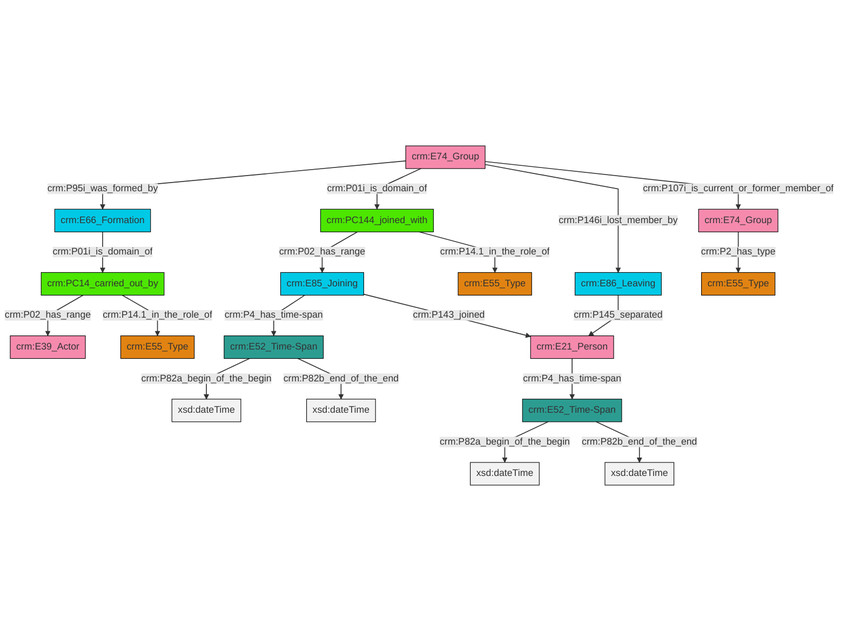
The Mermaid diagram et/groupCSV/ttl/mmd/png/group_actor_relations.png in ncarboni/srdm, before a commit. Its source is kept beside it as et/groupCSV/ttl/mmd/group_actor_relations.ttl.mmd.
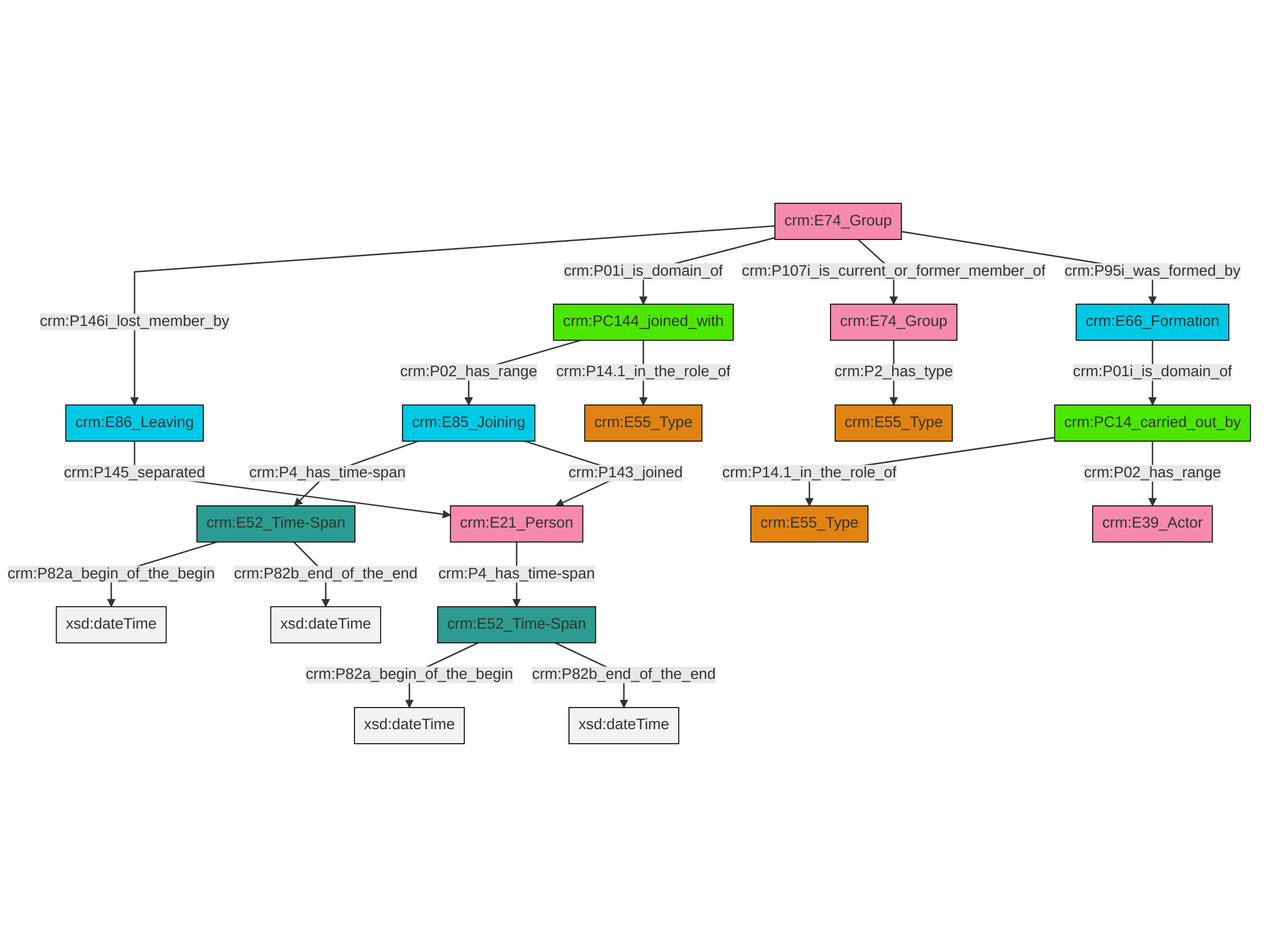
After the change.

The edit, as a diff of the source:
```diff
@@ -13,21 +13,21 @@
 classDef PC_Classes fill:#4ce600, stroke:#000000;
 classDef Multi fill:#cccccc,stroke:#000000;
 
-0["crm:E74_Group"]:::Actor -->|crm:P95i_was_formed_by| 1["crm:E66_Formation"]:::Temporal_Entity
-2["crm:E74_Group"]:::Actor -->|crm:P2_has_type| 3["crm:E55_Type"]:::Type
-6["crm:E86_Leaving"]:::Temporal_Entity -->|crm:P145_separated| 7["crm:E21_Person"]:::Actor
-1["crm:E66_Formation"]:::Temporal_Entity -->|crm:P01i_is_domain_of| 8["crm:PC14_carried_out_by"]:::PC_Classes
-0["crm:E74_Group"]:::Actor -->|crm:P01i_is_domain_of| 12["crm:PC144_joined_with"]:::PC_Classes
-0["crm:E74_Group"]:::Actor -->|crm:P146i_lost_member_by| 6["crm:E86_Leaving"]:::Temporal_Entity
-0["crm:E74_Group"]:::Actor -->|crm:P107i_is_current_or_former_member_of| 2["crm:E74_Group"]:::Actor
-15["crm:E52_Time-Span"]:::Time-Span -->|crm:P82a_begin_of_the_begin| 16[xsd:dateTime]:::Literal
-15["crm:E52_Time-Span"]:::Time-Span -->|crm:P82b_end_of_the_end| 18[xsd:dateTime]:::Literal
-12["crm:PC144_joined_with"]:::PC_Classes -->|crm:P02_has_range| 22["crm:E85_Joining"]:::Temporal_Entity
-22["crm:E85_Joining"]:::Temporal_Entity -->|crm:P4_has_time-span| 15["crm:E52_Time-Span"]:::Time-Span
-24["crm:E52_Time-Span"]:::Time-Span -->|crm:P82a_begin_of_the_begin| 25[xsd:dateTime]:::Literal
-8["crm:PC14_carried_out_by"]:::PC_Classes -->|crm:P02_has_range| 20["crm:E39_Actor"]:::Actor
-7["crm:E21_Person"]:::Actor -->|crm:P4_has_time-span| 24["crm:E52_Time-Span"]:::Time-Span
-12["crm:PC144_joined_with"]:::PC_Classes -->|crm:P14.1_in_the_role_of| 4["crm:E55_Type"]:::Type
-22["crm:E85_Joining"]:::Temporal_Entity -->|crm:P143_joined| 7["crm:E21_Person"]:::Actor
-8["crm:PC14_carried_out_by"]:::PC_Classes -->|crm:P14.1_in_the_role_of| 10["crm:E55_Type"]:::Type
-24["crm:E52_Time-Span"]:::Time-Span -->|crm:P82b_end_of_the_end| 34[xsd:dateTime]:::Literal
+4["crm:E74_Group"]:::Actor -->|crm:P146i_lost_member_by| 5["crm:E86_Leaving"]:::Temporal_Entity
+10["crm:E85_Joining"]:::Temporal_Entity -->|crm:P4_has_time-span| 11["crm:E52_Time-Span"]:::Time-Span
+2["crm:E52_Time-Span"]:::Time-Span -->|crm:P82a_begin_of_the_begin| 13[xsd:dateTime]:::Literal
+14["crm:E21_Person"]:::Actor -->|crm:P4_has_time-span| 2["crm:E52_Time-Span"]:::Time-Span
+4["crm:E74_Group"]:::Actor -->|crm:P01i_is_domain_of| 15["crm:PC144_joined_with"]:::PC_Classes
+10["crm:E85_Joining"]:::Temporal_Entity -->|crm:P143_joined| 14["crm:E21_Person"]:::Actor
+15["crm:PC144_joined_with"]:::PC_Classes -->|crm:P02_has_range| 10["crm:E85_Joining"]:::Temporal_Entity
+11["crm:E52_Time-Span"]:::Time-Span -->|crm:P82a_begin_of_the_begin| 20[xsd:dateTime]:::Literal
+4["crm:E74_Group"]:::Actor -->|crm:P107i_is_current_or_former_member_of| 0["crm:E74_Group"]:::Actor
+5["crm:E86_Leaving"]:::Temporal_Entity -->|crm:P145_separated| 14["crm:E21_Person"]:::Actor
+8["crm:E66_Formation"]:::Temporal_Entity -->|crm:P01i_is_domain_of| 18["crm:PC14_carried_out_by"]:::PC_Classes
+15["crm:PC144_joined_with"]:::PC_Classes -->|crm:P14.1_in_the_role_of| 26["crm:E55_Type"]:::Type
+4["crm:E74_Group"]:::Actor -->|crm:P95i_was_formed_by| 8["crm:E66_Formation"]:::Temporal_Entity
+2["crm:E52_Time-Span"]:::Time-Span -->|crm:P82b_end_of_the_end| 30[xsd:dateTime]:::Literal
+11["crm:E52_Time-Span"]:::Time-Span -->|crm:P82b_end_of_the_end| 33[xsd:dateTime]:::Literal
+0["crm:E74_Group"]:::Actor -->|crm:P2_has_type| 6["crm:E55_Type"]:::Type
+18["crm:PC14_carried_out_by"]:::PC_Classes -->|crm:P14.1_in_the_role_of| 16["crm:E55_Type"]:::Type
+18["crm:PC14_carried_out_by"]:::PC_Classes -->|crm:P02_has_range| 23["crm:E39_Actor"]:::Actor
```
